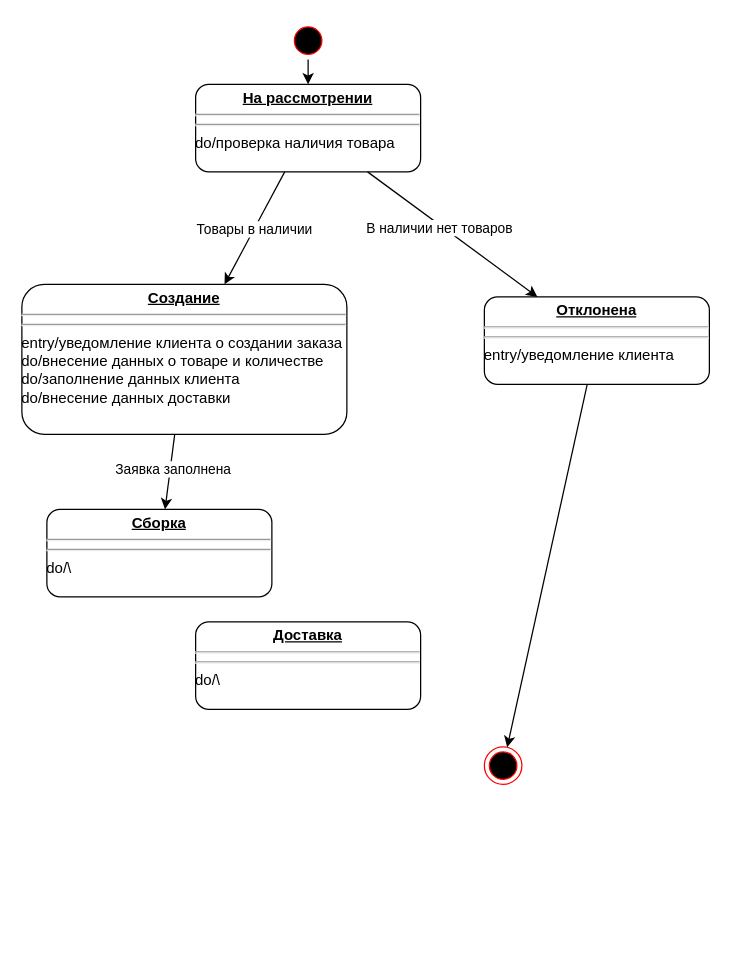
The draw.io diagram State Diagram.drawio in omelchenkopete/SA, before the edit. Source tidied: cells renumbered, new cells numbered last; positions are measured from the earlier drawing's top-left corner, leaving out a move shared by most shapes. Both pictures are drawn from the tidied source at 125%, with x=0, y=0 at pixel (21, 21).
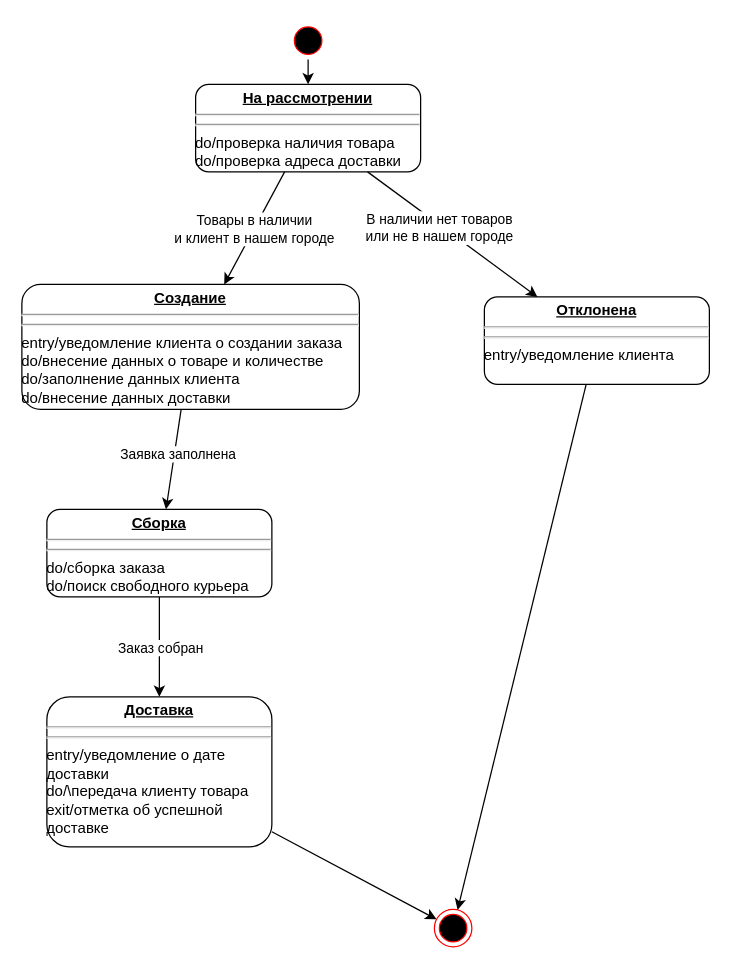
Above is the later version.

The change refers to these unchanged cells:
```xml
<mxCell id="9" style="endArrow=classic;html=1;rounded=0;" parent="1" edge="1" source="2" target="8">
  <mxGeometry relative="1" as="geometry" />
</mxCell>
<mxCell id="12" style="endArrow=classic;html=1;rounded=0;" parent="1" edge="1" source="2" target="11">
  <mxGeometry relative="1" as="geometry" />
</mxCell>
```

The edit, as a diff of the source:
```diff
@@
-    <mxCell id="2" value="&lt;p style=&quot;margin:0px;margin-top:4px;text-align:center;text-decoration:underline;&quot;&gt;&lt;b&gt;На рассмотрении&lt;/b&gt;&lt;/p&gt;&lt;hr&gt;&lt;hr&gt;&lt;div style=&quot;&quot;&gt;&lt;span style=&quot;background-color: initial;&quot;&gt;do/проверка наличия товара&lt;/span&gt;&lt;/div&gt;" style="verticalAlign=top;align=left;overflow=fill;html=1;whiteSpace=wrap;rounded=1;strokeWidth=1;" parent="1" vertex="1">
+    <mxCell id="2" value="&lt;p style=&quot;margin:0px;margin-top:4px;text-align:center;text-decoration:underline;&quot;&gt;&lt;b&gt;На рассмотрении&lt;/b&gt;&lt;/p&gt;&lt;hr&gt;&lt;hr&gt;&lt;div style=&quot;&quot;&gt;&lt;span style=&quot;background-color: initial;&quot;&gt;do/проверка наличия товара&lt;/span&gt;&lt;/div&gt;&lt;div style=&quot;&quot;&gt;&lt;span style=&quot;background-color: initial;&quot;&gt;do/проверка адреса доставки&lt;/span&gt;&lt;/div&gt;" style="verticalAlign=top;align=left;overflow=fill;html=1;whiteSpace=wrap;rounded=1;strokeWidth=1;" parent="1" vertex="1">
       <mxGeometry x="139" y="50" width="180" height="70" as="geometry" />
     </mxCell>
@@
     <mxCell id="4" style="ellipse;html=1;shape=endState;fillColor=#000000;strokeColor=#ff0000;" parent="1" vertex="1">
-      <mxGeometry x="370" y="580" width="30" height="30" as="geometry" />
+      <mxGeometry x="330" y="710" width="30" height="30" as="geometry" />
     </mxCell>
@@
-    <mxCell id="6" value="&lt;p style=&quot;margin:0px;margin-top:4px;text-align:center;text-decoration:underline;&quot;&gt;&lt;b&gt;Доставка&lt;/b&gt;&lt;/p&gt;&lt;hr&gt;&lt;hr&gt;&lt;div style=&quot;&quot;&gt;&lt;span style=&quot;background-color: initial;&quot;&gt;do/\&lt;/span&gt;&lt;/div&gt;" style="verticalAlign=top;align=left;overflow=fill;html=1;whiteSpace=wrap;rounded=1;strokeWidth=1;" parent="1" vertex="1">
-      <mxGeometry x="139" y="480" width="180" height="70" as="geometry" />
+    <mxCell id="6" value="&lt;p style=&quot;margin:0px;margin-top:4px;text-align:center;text-decoration:underline;&quot;&gt;&lt;b&gt;Доставка&lt;/b&gt;&lt;/p&gt;&lt;hr&gt;&lt;hr&gt;&lt;div style=&quot;&quot;&gt;&lt;span style=&quot;background-color: initial;&quot;&gt;entry/уведомление о дате доставки&lt;br&gt;do/\передача клиенту товара&lt;/span&gt;&lt;/div&gt;&lt;div style=&quot;&quot;&gt;exit/отметка об успешной доставке&lt;/div&gt;" style="verticalAlign=top;align=left;overflow=fill;html=1;whiteSpace=wrap;rounded=1;strokeWidth=1;" parent="1" vertex="1">
+      <mxGeometry x="20" y="540" width="180" height="120" as="geometry" />
     </mxCell>
-    <mxCell id="7" value="&lt;p style=&quot;margin:0px;margin-top:4px;text-align:center;text-decoration:underline;&quot;&gt;&lt;b&gt;Сборка&lt;/b&gt;&lt;/p&gt;&lt;hr&gt;&lt;hr&gt;&lt;div style=&quot;&quot;&gt;&lt;span style=&quot;background-color: initial;&quot;&gt;do/\&lt;/span&gt;&lt;/div&gt;" style="verticalAlign=top;align=left;overflow=fill;html=1;whiteSpace=wrap;rounded=1;strokeWidth=1;" parent="1" vertex="1">
+    <mxCell id="7" value="&lt;p style=&quot;margin:0px;margin-top:4px;text-align:center;text-decoration:underline;&quot;&gt;&lt;b&gt;Сборка&lt;/b&gt;&lt;/p&gt;&lt;hr&gt;&lt;hr&gt;&lt;div style=&quot;&quot;&gt;&lt;span style=&quot;background-color: initial;&quot;&gt;do/сборка заказа&lt;/span&gt;&lt;/div&gt;&lt;div style=&quot;&quot;&gt;do/поиск свободного курьера&lt;/div&gt;" style="verticalAlign=top;align=left;overflow=fill;html=1;whiteSpace=wrap;rounded=1;strokeWidth=1;" parent="1" vertex="1">
       <mxGeometry x="20" y="390" width="180" height="70" as="geometry" />
     </mxCell>
     <mxCell id="8" value="&lt;p style=&quot;margin:0px;margin-top:4px;text-align:center;text-decoration:underline;&quot;&gt;&lt;b&gt;Создание&lt;/b&gt;&lt;/p&gt;&lt;hr&gt;&lt;hr&gt;&lt;div style=&quot;&quot;&gt;entry/уведомление клиента о создании заказа&lt;/div&gt;&lt;div style=&quot;&quot;&gt;&lt;span style=&quot;background-color: initial;&quot;&gt;do/внесение данных о товаре и количестве&lt;/span&gt;&lt;/div&gt;&lt;div style=&quot;&quot;&gt;&lt;span style=&quot;background-color: initial;&quot;&gt;do/заполнение данных клиента&lt;/span&gt;&lt;/div&gt;&lt;div style=&quot;&quot;&gt;&lt;span style=&quot;background-color: initial;&quot;&gt;do/внесение данных доставки&lt;/span&gt;&lt;/div&gt;" style="verticalAlign=top;align=left;overflow=fill;html=1;whiteSpace=wrap;rounded=1;strokeWidth=1;" parent="1" vertex="1">
-      <mxGeometry y="210" width="260" height="120" as="geometry" />
+      <mxGeometry y="210" width="270" height="100" as="geometry" />
     </mxCell>
@@
-    <mxCell id="10" value="Товары в наличии" style="edgeLabel;html=1;align=center;verticalAlign=middle;" parent="9" vertex="1">
+    <mxCell id="10" value="Товары в наличии&lt;br&gt;и клиент в нашем городе" style="edgeLabel;html=1;align=center;verticalAlign=middle;" parent="9" vertex="1">
       <mxGeometry x="0.01" relative="1" as="geometry" />
     </mxCell>
@@
-    <mxCell id="13" value="В наличии нет товаров" style="edgeLabel;html=1;align=center;verticalAlign=middle;" parent="12" vertex="1">
+    <mxCell id="13" value="В наличии нет товаров&lt;br&gt;или не в нашем городе" style="edgeLabel;html=1;align=center;verticalAlign=middle;" parent="12" vertex="1">
       <mxGeometry x="-0.15" y="-2" relative="1" as="geometry" />
     </mxCell>
@@
+    <mxCell id="17" style="endArrow=classic;html=1;rounded=0;" parent="1" edge="1" source="7" target="6">
+      <mxGeometry relative="1" as="geometry" />
+    </mxCell>
+    <mxCell id="18" value="Заказ собран" style="edgeLabel;html=1;align=center;verticalAlign=middle;" parent="17" vertex="1">
+      <mxGeometry x="0.2" y="-1" relative="1" as="geometry">
+        <mxPoint x="1" y="-8" as="offset" />
+      </mxGeometry>
+    </mxCell>
+    <mxCell id="19" style="endArrow=classic;html=1;rounded=0;" parent="1" edge="1" source="6" target="4">
+      <mxGeometry relative="1" as="geometry" />
+    </mxCell>
```
